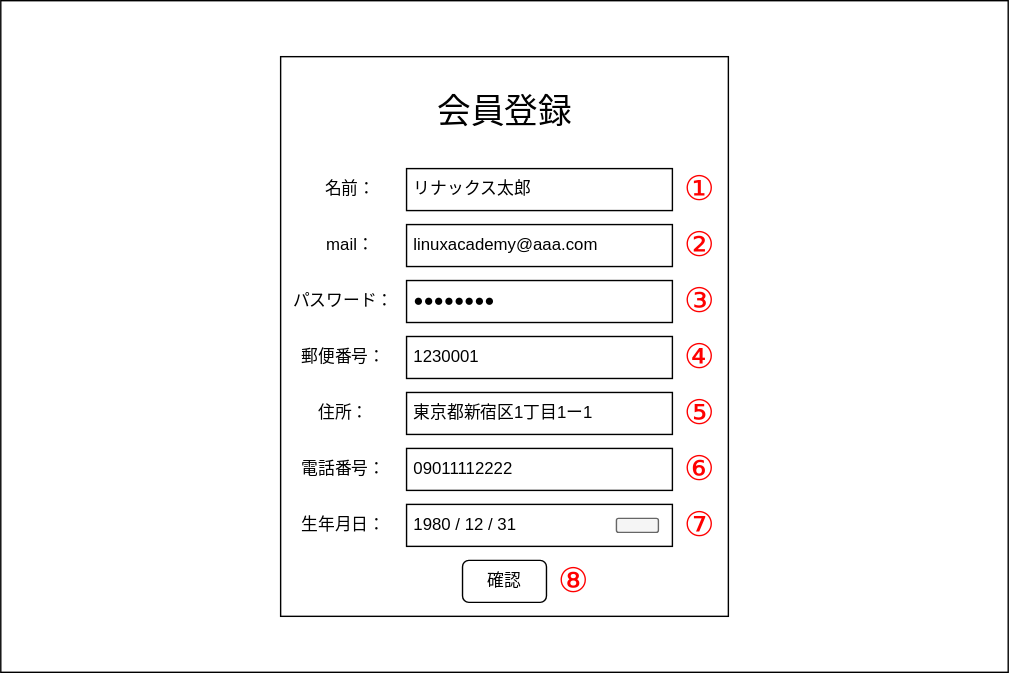
Before: documents/20_外部設計/image/G002_会員登録画面.svg, a diagram exported from draw.io (la-java-silicon-2021/shopping-doc). Source tidied: cells renumbered, new cells last; positions are measured from the earlier drawing's top-left corner, leaving out a move shared by most shapes. Source of this version:
```xml
<mxGraphModel>
  <root>
    <mxCell id="0" />
    <mxCell id="1" parent="0" />
    <mxCell id="2" style="rounded=0;whiteSpace=wrap;html=1;fillColor=none;" parent="1" vertex="1">
      <mxGeometry width="720" height="480" as="geometry" />
    </mxCell>
    <mxCell id="3" style="rounded=0;whiteSpace=wrap;html=1;fillColor=none;" parent="1" vertex="1">
      <mxGeometry x="200" y="40" width="320" height="400" as="geometry" />
    </mxCell>
    <mxCell id="4" value="&amp;nbsp;リナックス太郎" style="rounded=0;whiteSpace=wrap;html=1;align=left;" parent="1" vertex="1">
      <mxGeometry x="290" y="120" width="190" height="30" as="geometry" />
    </mxCell>
    <mxCell id="5" value="&amp;nbsp;linuxacademy@aaa.com" style="rounded=0;whiteSpace=wrap;html=1;align=left;" parent="1" vertex="1">
      <mxGeometry x="290" y="160" width="190" height="30" as="geometry" />
    </mxCell>
    <mxCell id="6" value="名前：" style="text;html=1;strokeColor=none;fillColor=none;align=center;verticalAlign=middle;whiteSpace=wrap;rounded=0;" parent="1" vertex="1">
      <mxGeometry x="230" y="125" width="40" height="20" as="geometry" />
    </mxCell>
    <mxCell id="7" value="mail：" style="text;html=1;strokeColor=none;fillColor=none;align=center;verticalAlign=middle;whiteSpace=wrap;rounded=0;" parent="1" vertex="1">
      <mxGeometry x="230" y="165" width="40" height="20" as="geometry" />
    </mxCell>
    <mxCell id="8" value="&lt;font style=&quot;font-size: 24px&quot;&gt;会員登録&lt;/font&gt;" style="text;html=1;strokeColor=none;fillColor=none;align=center;verticalAlign=middle;whiteSpace=wrap;rounded=0;" parent="1" vertex="1">
      <mxGeometry x="281.8" y="60" width="156.5" height="40" as="geometry" />
    </mxCell>
    <mxCell id="9" value="確認" style="rounded=1;whiteSpace=wrap;html=1;" parent="1" vertex="1">
      <mxGeometry x="330" y="400" width="60" height="30" as="geometry" />
    </mxCell>
    <mxCell id="10" value="&lt;font style=&quot;font-size: 24px&quot; color=&quot;#ff0000&quot;&gt;①&lt;/font&gt;" style="text;html=1;strokeColor=none;fillColor=none;align=center;verticalAlign=middle;whiteSpace=wrap;rounded=0;" parent="1" vertex="1">
      <mxGeometry x="480" y="125" width="40" height="20" as="geometry" />
    </mxCell>
    <mxCell id="11" value="&lt;font style=&quot;font-size: 24px&quot; color=&quot;#ff0000&quot;&gt;②&lt;/font&gt;" style="text;html=1;strokeColor=none;fillColor=none;align=center;verticalAlign=middle;whiteSpace=wrap;rounded=0;" parent="1" vertex="1">
      <mxGeometry x="480" y="165" width="40" height="20" as="geometry" />
    </mxCell>
    <mxCell id="12" value="&lt;font style=&quot;font-size: 24px&quot; color=&quot;#ff0000&quot;&gt;③&lt;/font&gt;" style="text;html=1;strokeColor=none;fillColor=none;align=center;verticalAlign=middle;whiteSpace=wrap;rounded=0;" parent="1" vertex="1">
      <mxGeometry x="480" y="205" width="40" height="20" as="geometry" />
    </mxCell>
    <mxCell id="13" value="&amp;nbsp;●●●●●●●●" style="rounded=0;whiteSpace=wrap;html=1;align=left;" parent="1" vertex="1">
      <mxGeometry x="290" y="200" width="190" height="30" as="geometry" />
    </mxCell>
    <mxCell id="14" value="パスワード：" style="text;html=1;strokeColor=none;fillColor=none;align=center;verticalAlign=middle;whiteSpace=wrap;rounded=0;" parent="1" vertex="1">
      <mxGeometry x="200" y="205" width="90" height="20" as="geometry" />
    </mxCell>
    <mxCell id="15" value="&amp;nbsp;1230001" style="rounded=0;whiteSpace=wrap;html=1;align=left;" parent="1" vertex="1">
      <mxGeometry x="290" y="240" width="190" height="30" as="geometry" />
    </mxCell>
    <mxCell id="16" value="郵便番号：" style="text;html=1;strokeColor=none;fillColor=none;align=center;verticalAlign=middle;whiteSpace=wrap;rounded=0;" parent="1" vertex="1">
      <mxGeometry x="210" y="245" width="70" height="20" as="geometry" />
    </mxCell>
    <mxCell id="17" value="&amp;nbsp;東京都新宿区1丁目1ー1" style="rounded=0;whiteSpace=wrap;html=1;align=left;" parent="1" vertex="1">
      <mxGeometry x="290" y="280" width="190" height="30" as="geometry" />
    </mxCell>
    <mxCell id="18" value="住所：" style="text;html=1;strokeColor=none;fillColor=none;align=center;verticalAlign=middle;whiteSpace=wrap;rounded=0;" parent="1" vertex="1">
      <mxGeometry x="210" y="285" width="70" height="20" as="geometry" />
    </mxCell>
    <mxCell id="19" value="&amp;nbsp;09011112222" style="rounded=0;whiteSpace=wrap;html=1;align=left;" parent="1" vertex="1">
      <mxGeometry x="290" y="320" width="190" height="30" as="geometry" />
    </mxCell>
    <mxCell id="20" value="電話番号：" style="text;html=1;strokeColor=none;fillColor=none;align=center;verticalAlign=middle;whiteSpace=wrap;rounded=0;" parent="1" vertex="1">
      <mxGeometry x="210" y="325" width="70" height="20" as="geometry" />
    </mxCell>
    <mxCell id="21" value="&amp;nbsp;1980 / 12 / 31" style="rounded=0;whiteSpace=wrap;html=1;align=left;" parent="1" vertex="1">
      <mxGeometry x="290" y="360" width="190" height="30" as="geometry" />
    </mxCell>
    <mxCell id="22" value="生年月日：" style="text;html=1;strokeColor=none;fillColor=none;align=center;verticalAlign=middle;whiteSpace=wrap;rounded=0;" parent="1" vertex="1">
      <mxGeometry x="210" y="365" width="70" height="20" as="geometry" />
    </mxCell>
    <mxCell id="23" style="edgeStyle=orthogonalEdgeStyle;rounded=0;orthogonalLoop=1;jettySize=auto;html=1;exitX=0.5;exitY=1;exitDx=0;exitDy=0;" parent="1" edge="1" source="9" target="9">
      <mxGeometry relative="1" as="geometry" />
    </mxCell>
    <mxCell id="24" style="rounded=1;whiteSpace=wrap;html=1;fillColor=#f5f5f5;strokeColor=#666666;fontColor=#333333;" parent="1" vertex="1">
      <mxGeometry x="440" y="370" width="30" height="10" as="geometry" />
    </mxCell>
    <mxCell id="25" value="&lt;font color=&quot;#ff0000&quot;&gt;&lt;span style=&quot;font-size: 24px&quot;&gt;④&lt;/span&gt;&lt;/font&gt;" style="text;html=1;strokeColor=none;fillColor=none;align=center;verticalAlign=middle;whiteSpace=wrap;rounded=0;" parent="1" vertex="1">
      <mxGeometry x="480" y="245" width="40" height="20" as="geometry" />
    </mxCell>
    <mxCell id="26" value="&lt;font style=&quot;font-size: 24px&quot; color=&quot;#ff0000&quot;&gt;⑤&lt;/font&gt;" style="text;html=1;strokeColor=none;fillColor=none;align=center;verticalAlign=middle;whiteSpace=wrap;rounded=0;" parent="1" vertex="1">
      <mxGeometry x="480" y="285" width="40" height="20" as="geometry" />
    </mxCell>
    <mxCell id="27" value="&lt;font style=&quot;font-size: 24px&quot; color=&quot;#ff0000&quot;&gt;⑥&lt;/font&gt;" style="text;html=1;strokeColor=none;fillColor=none;align=center;verticalAlign=middle;whiteSpace=wrap;rounded=0;" parent="1" vertex="1">
      <mxGeometry x="480" y="325" width="40" height="20" as="geometry" />
    </mxCell>
    <mxCell id="28" value="&lt;font style=&quot;font-size: 24px&quot; color=&quot;#ff0000&quot;&gt;⑦&lt;/font&gt;" style="text;html=1;strokeColor=none;fillColor=none;align=center;verticalAlign=middle;whiteSpace=wrap;rounded=0;" parent="1" vertex="1">
      <mxGeometry x="480" y="365" width="40" height="20" as="geometry" />
    </mxCell>
    <mxCell id="29" value="&lt;font style=&quot;font-size: 24px&quot; color=&quot;#ff0000&quot;&gt;⑧&lt;/font&gt;" style="text;html=1;strokeColor=none;fillColor=none;align=center;verticalAlign=middle;whiteSpace=wrap;rounded=0;" parent="1" vertex="1">
      <mxGeometry x="390" y="405" width="40" height="20" as="geometry" />
    </mxCell>
  </root>
</mxGraphModel>
```
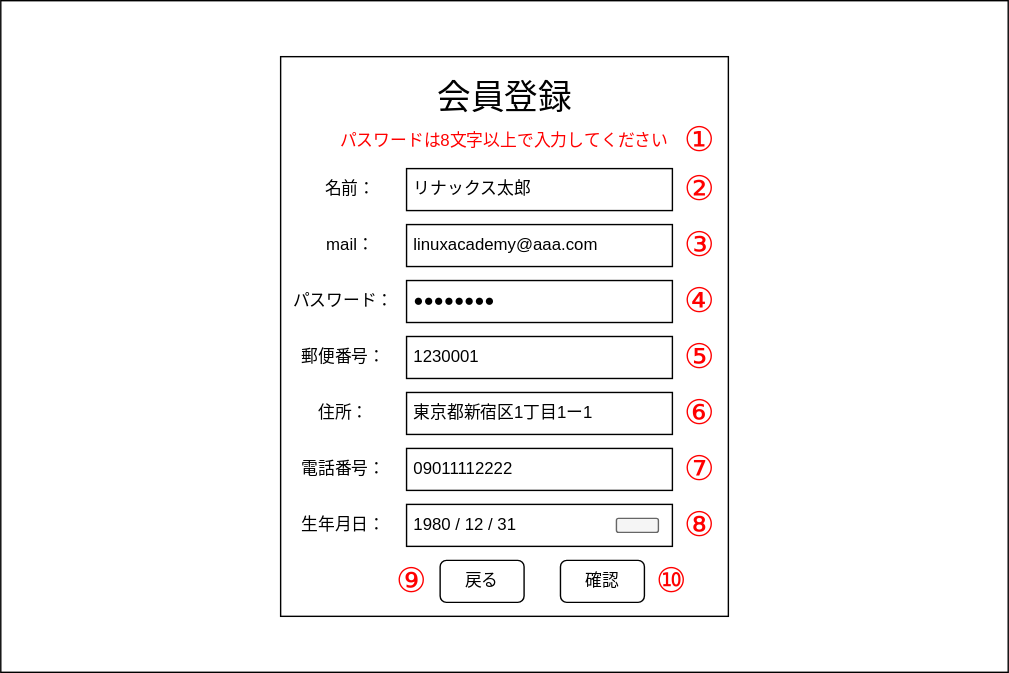
After the change.

Commit message:
G002_会員登録画面.svg を更新します

Change to the diagram source:
```diff
@@ -21,18 +21,18 @@
       <mxGeometry x="230" y="165" width="40" height="20" as="geometry" />
     </mxCell>
     <mxCell id="8" value="&lt;font style=&quot;font-size: 24px&quot;&gt;会員登録&lt;/font&gt;" style="text;html=1;strokeColor=none;fillColor=none;align=center;verticalAlign=middle;whiteSpace=wrap;rounded=0;" parent="1" vertex="1">
-      <mxGeometry x="281.8" y="60" width="156.5" height="40" as="geometry" />
+      <mxGeometry x="281.8" y="50" width="156.5" height="40" as="geometry" />
     </mxCell>
     <mxCell id="9" value="確認" style="rounded=1;whiteSpace=wrap;html=1;" parent="1" vertex="1">
-      <mxGeometry x="330" y="400" width="60" height="30" as="geometry" />
+      <mxGeometry x="400" y="400" width="60" height="30" as="geometry" />
     </mxCell>
-    <mxCell id="10" value="&lt;font style=&quot;font-size: 24px&quot; color=&quot;#ff0000&quot;&gt;①&lt;/font&gt;" style="text;html=1;strokeColor=none;fillColor=none;align=center;verticalAlign=middle;whiteSpace=wrap;rounded=0;" parent="1" vertex="1">
+    <mxCell id="10" value="&lt;font style=&quot;font-size: 24px&quot; color=&quot;#ff0000&quot;&gt;②&lt;/font&gt;" style="text;html=1;strokeColor=none;fillColor=none;align=center;verticalAlign=middle;whiteSpace=wrap;rounded=0;" parent="1" vertex="1">
       <mxGeometry x="480" y="125" width="40" height="20" as="geometry" />
     </mxCell>
-    <mxCell id="11" value="&lt;font style=&quot;font-size: 24px&quot; color=&quot;#ff0000&quot;&gt;②&lt;/font&gt;" style="text;html=1;strokeColor=none;fillColor=none;align=center;verticalAlign=middle;whiteSpace=wrap;rounded=0;" parent="1" vertex="1">
+    <mxCell id="11" value="&lt;font style=&quot;font-size: 24px&quot; color=&quot;#ff0000&quot;&gt;③&lt;/font&gt;" style="text;html=1;strokeColor=none;fillColor=none;align=center;verticalAlign=middle;whiteSpace=wrap;rounded=0;" parent="1" vertex="1">
       <mxGeometry x="480" y="165" width="40" height="20" as="geometry" />
     </mxCell>
-    <mxCell id="12" value="&lt;font style=&quot;font-size: 24px&quot; color=&quot;#ff0000&quot;&gt;③&lt;/font&gt;" style="text;html=1;strokeColor=none;fillColor=none;align=center;verticalAlign=middle;whiteSpace=wrap;rounded=0;" parent="1" vertex="1">
+    <mxCell id="12" value="&lt;font style=&quot;font-size: 24px&quot; color=&quot;#ff0000&quot;&gt;④&lt;/font&gt;" style="text;html=1;strokeColor=none;fillColor=none;align=center;verticalAlign=middle;whiteSpace=wrap;rounded=0;" parent="1" vertex="1">
       <mxGeometry x="480" y="205" width="40" height="20" as="geometry" />
     </mxCell>
     <mxCell id="13" value="&amp;nbsp;●●●●●●●●" style="rounded=0;whiteSpace=wrap;html=1;align=left;" parent="1" vertex="1">
@@ -71,20 +71,32 @@
     <mxCell id="24" style="rounded=1;whiteSpace=wrap;html=1;fillColor=#f5f5f5;strokeColor=#666666;fontColor=#333333;" parent="1" vertex="1">
       <mxGeometry x="440" y="370" width="30" height="10" as="geometry" />
     </mxCell>
-    <mxCell id="25" value="&lt;font color=&quot;#ff0000&quot;&gt;&lt;span style=&quot;font-size: 24px&quot;&gt;④&lt;/span&gt;&lt;/font&gt;" style="text;html=1;strokeColor=none;fillColor=none;align=center;verticalAlign=middle;whiteSpace=wrap;rounded=0;" parent="1" vertex="1">
+    <mxCell id="25" value="&lt;font color=&quot;#ff0000&quot;&gt;&lt;span style=&quot;font-size: 24px&quot;&gt;⑤&lt;/span&gt;&lt;/font&gt;" style="text;html=1;strokeColor=none;fillColor=none;align=center;verticalAlign=middle;whiteSpace=wrap;rounded=0;" parent="1" vertex="1">
       <mxGeometry x="480" y="245" width="40" height="20" as="geometry" />
     </mxCell>
-    <mxCell id="26" value="&lt;font style=&quot;font-size: 24px&quot; color=&quot;#ff0000&quot;&gt;⑤&lt;/font&gt;" style="text;html=1;strokeColor=none;fillColor=none;align=center;verticalAlign=middle;whiteSpace=wrap;rounded=0;" parent="1" vertex="1">
+    <mxCell id="26" value="&lt;font style=&quot;font-size: 24px&quot; color=&quot;#ff0000&quot;&gt;⑥&lt;/font&gt;" style="text;html=1;strokeColor=none;fillColor=none;align=center;verticalAlign=middle;whiteSpace=wrap;rounded=0;" parent="1" vertex="1">
       <mxGeometry x="480" y="285" width="40" height="20" as="geometry" />
     </mxCell>
-    <mxCell id="27" value="&lt;font style=&quot;font-size: 24px&quot; color=&quot;#ff0000&quot;&gt;⑥&lt;/font&gt;" style="text;html=1;strokeColor=none;fillColor=none;align=center;verticalAlign=middle;whiteSpace=wrap;rounded=0;" parent="1" vertex="1">
+    <mxCell id="27" value="&lt;font style=&quot;font-size: 24px&quot; color=&quot;#ff0000&quot;&gt;⑦&lt;/font&gt;" style="text;html=1;strokeColor=none;fillColor=none;align=center;verticalAlign=middle;whiteSpace=wrap;rounded=0;" parent="1" vertex="1">
       <mxGeometry x="480" y="325" width="40" height="20" as="geometry" />
     </mxCell>
-    <mxCell id="28" value="&lt;font style=&quot;font-size: 24px&quot; color=&quot;#ff0000&quot;&gt;⑦&lt;/font&gt;" style="text;html=1;strokeColor=none;fillColor=none;align=center;verticalAlign=middle;whiteSpace=wrap;rounded=0;" parent="1" vertex="1">
+    <mxCell id="28" value="&lt;font style=&quot;font-size: 24px&quot; color=&quot;#ff0000&quot;&gt;⑧&lt;/font&gt;" style="text;html=1;strokeColor=none;fillColor=none;align=center;verticalAlign=middle;whiteSpace=wrap;rounded=0;" parent="1" vertex="1">
       <mxGeometry x="480" y="365" width="40" height="20" as="geometry" />
     </mxCell>
-    <mxCell id="29" value="&lt;font style=&quot;font-size: 24px&quot; color=&quot;#ff0000&quot;&gt;⑧&lt;/font&gt;" style="text;html=1;strokeColor=none;fillColor=none;align=center;verticalAlign=middle;whiteSpace=wrap;rounded=0;" parent="1" vertex="1">
-      <mxGeometry x="390" y="405" width="40" height="20" as="geometry" />
+    <mxCell id="29" value="&lt;font color=&quot;#ff0000&quot;&gt;&lt;span style=&quot;font-size: 24px&quot;&gt;⑨&lt;/span&gt;&lt;/font&gt;" style="text;html=1;strokeColor=none;fillColor=none;align=center;verticalAlign=middle;whiteSpace=wrap;rounded=0;" parent="1" vertex="1">
+      <mxGeometry x="274" y="405" width="40" height="20" as="geometry" />
     </mxCell>
+    <mxCell id="30" value="&lt;font color=&quot;#ff0000&quot;&gt;パスワードは8文字以上で入力してください&lt;/font&gt;" style="text;html=1;strokeColor=none;fillColor=none;align=center;verticalAlign=middle;whiteSpace=wrap;rounded=0;" parent="1" vertex="1">
+      <mxGeometry x="220" y="90" width="280" height="20" as="geometry" />
+    </mxCell>
+    <mxCell id="31" value="&lt;font style=&quot;font-size: 24px&quot; color=&quot;#ff0000&quot;&gt;①&lt;/font&gt;" style="text;html=1;strokeColor=none;fillColor=none;align=center;verticalAlign=middle;whiteSpace=wrap;rounded=0;" parent="1" vertex="1">
+      <mxGeometry x="480" y="90" width="40" height="20" as="geometry" />
+    </mxCell>
+    <mxCell id="32" value="戻る" style="rounded=1;whiteSpace=wrap;html=1;" parent="1" vertex="1">
+      <mxGeometry x="314" y="400" width="60" height="30" as="geometry" />
+    </mxCell>
+    <mxCell id="33" value="&lt;font style=&quot;font-size: 24px&quot; color=&quot;#ff0000&quot;&gt;⑩&lt;/font&gt;" style="text;html=1;strokeColor=none;fillColor=none;align=center;verticalAlign=middle;whiteSpace=wrap;rounded=0;" parent="1" vertex="1">
+      <mxGeometry x="460" y="405" width="40" height="20" as="geometry" />
+    </mxCell>
   </root>
 </mxGraphModel>
```
